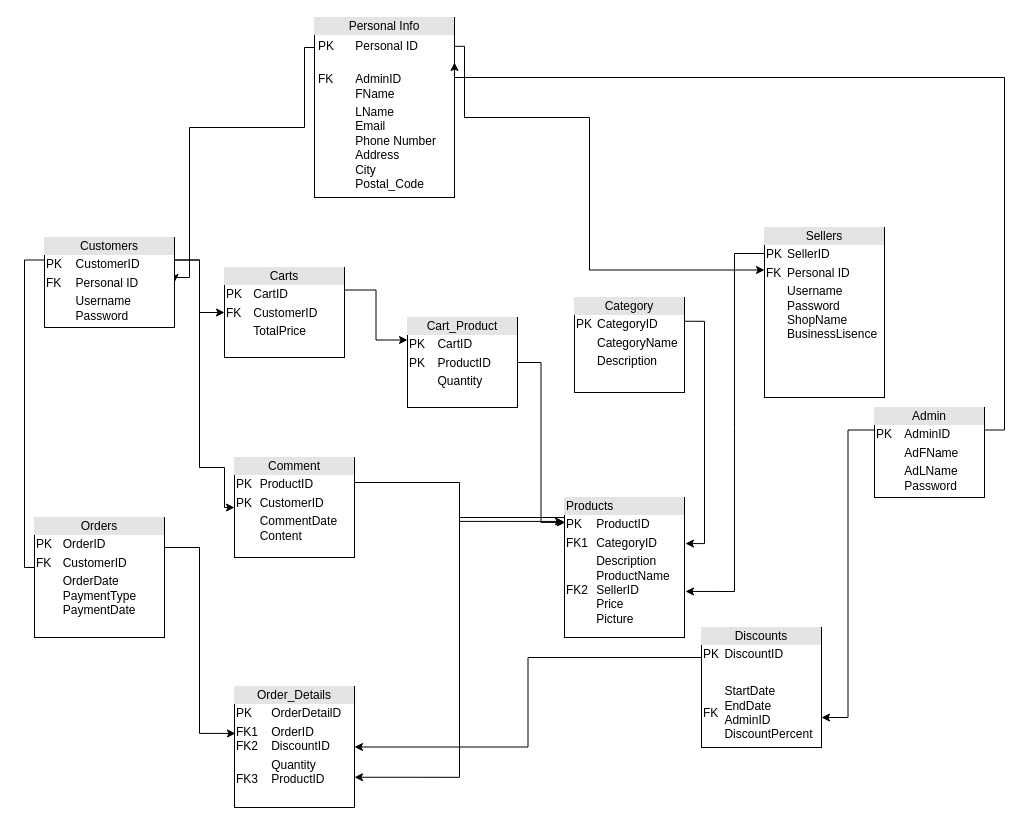
The draw.io diagram design/Relational Model.drawio in PhucAnh0502/Database, before the edit. Source tidied: cells renumbered, new cells numbered last; positions are measured from the earlier drawing's top-left corner, leaving out a move shared by most shapes. Both pictures are drawn from the tidied source at 100%, with x=0, y=0 at pixel (24, 17).
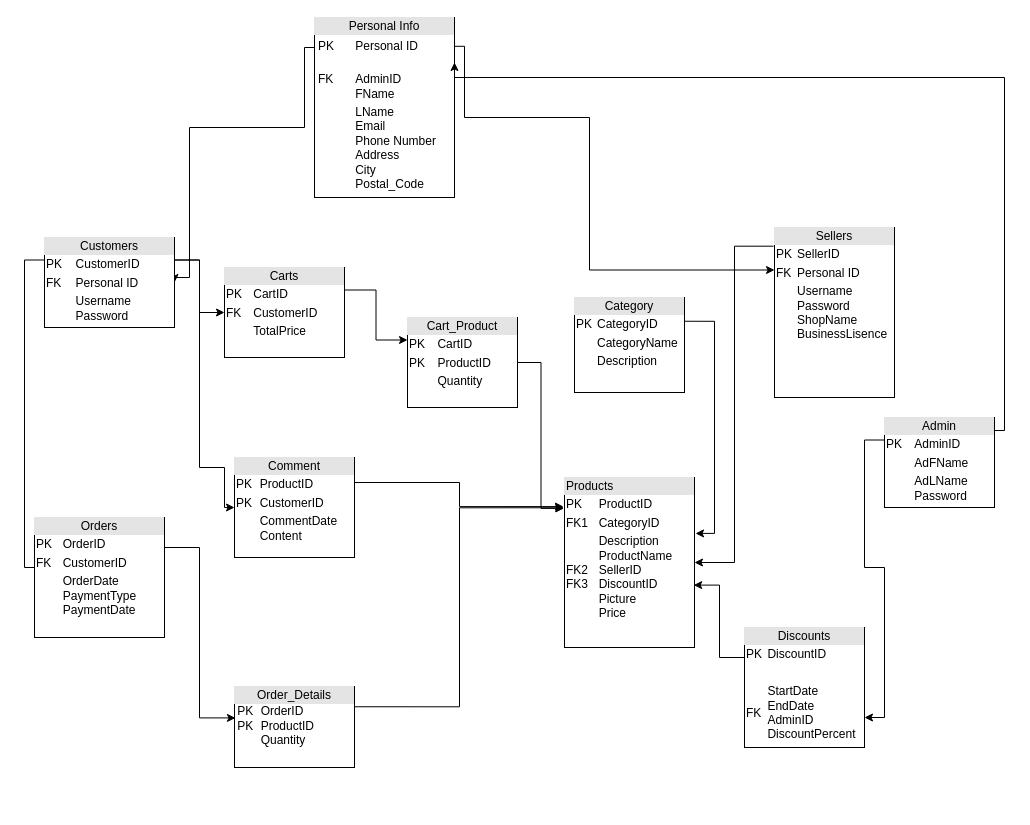
Above is the later version.

The change refers to these unchanged cells:
```xml
<mxCell id="19" value="&lt;div style=&quot;text-align: center; box-sizing: border-box; width: 100%; background: rgb(228, 228, 228); padding: 2px;&quot;&gt;Cart_Product&lt;/div&gt;&lt;table style=&quot;width:100%;font-size:1em;&quot; cellpadding=&quot;2&quot; cellspacing=&quot;0&quot;&gt;&lt;tbody&gt;&lt;tr&gt;&lt;td&gt;PK&lt;/td&gt;&lt;td&gt;CartID&lt;/td&gt;&lt;/tr&gt;&lt;tr&gt;&lt;td&gt;PK&lt;/td&gt;&lt;td&gt;ProductID&lt;/td&gt;&lt;/tr&gt;&lt;tr&gt;&lt;td&gt;&lt;br&gt;&lt;/td&gt;&lt;td&gt;Quantity&lt;/td&gt;&lt;/tr&gt;&lt;/tbody&gt;&lt;/table&gt;" style="verticalAlign=top;align=left;overflow=fill;html=1;whiteSpace=wrap;" parent="1" vertex="1">
  <mxGeometry x="383" y="300" width="110" height="90" as="geometry" />
</mxCell>
```

What changed in the source:
```diff
@@
     <mxCell id="9" value="&lt;div style=&quot;text-align: center; box-sizing: border-box; width: 100%; background: rgb(228, 228, 228); padding: 2px;&quot;&gt;Sellers&lt;/div&gt;&lt;table style=&quot;text-align: justify; width: 100%; font-size: 1em;&quot; cellpadding=&quot;2&quot; cellspacing=&quot;0&quot;&gt;&lt;tbody&gt;&lt;tr&gt;&lt;td&gt;PK&lt;/td&gt;&lt;td&gt;SellerID&lt;/td&gt;&lt;/tr&gt;&lt;tr&gt;&lt;td&gt;FK&lt;/td&gt;&lt;td&gt;Personal ID&lt;/td&gt;&lt;/tr&gt;&lt;tr&gt;&lt;td&gt;&lt;/td&gt;&lt;td&gt;Username&lt;br&gt;Password&lt;br&gt;ShopName&lt;br&gt;BusinessLisence&lt;br&gt;&lt;/td&gt;&lt;/tr&gt;&lt;/tbody&gt;&lt;/table&gt;" style="verticalAlign=top;align=left;overflow=fill;html=1;whiteSpace=wrap;" parent="1" vertex="1">
-      <mxGeometry x="740" y="210" width="120" height="170" as="geometry" />
+      <mxGeometry x="750" y="210" width="120" height="170" as="geometry" />
     </mxCell>
@@
     <mxCell id="12" value="&lt;div style=&quot;text-align: center; box-sizing: border-box; width: 100%; background: rgb(228, 228, 228); padding: 2px;&quot;&gt;Admin&lt;/div&gt;&lt;table style=&quot;text-align: center; width: 100%; font-size: 1em;&quot; cellpadding=&quot;2&quot; cellspacing=&quot;0&quot;&gt;&lt;tbody&gt;&lt;tr&gt;&lt;td style=&quot;text-align: justify;&quot;&gt;PK&lt;/td&gt;&lt;td style=&quot;text-align: justify;&quot;&gt;AdminID&lt;/td&gt;&lt;/tr&gt;&lt;tr&gt;&lt;td style=&quot;text-align: justify;&quot;&gt;&lt;/td&gt;&lt;td style=&quot;text-align: justify;&quot;&gt;AdFName&lt;/td&gt;&lt;/tr&gt;&lt;tr&gt;&lt;td style=&quot;text-align: justify;&quot;&gt;&lt;/td&gt;&lt;td style=&quot;text-align: justify;&quot;&gt;AdLName&lt;br&gt;Password&lt;/td&gt;&lt;/tr&gt;&lt;/tbody&gt;&lt;/table&gt;" style="verticalAlign=top;align=left;overflow=fill;html=1;whiteSpace=wrap;" parent="1" vertex="1">
-      <mxGeometry x="850" y="390" width="110" height="90" as="geometry" />
+      <mxGeometry x="860" y="400" width="110" height="90" as="geometry" />
     </mxCell>
@@
-    <mxCell id="14" value="&lt;div style=&quot;text-align: center; box-sizing: border-box; width: 100%; background: rgb(228, 228, 228); padding: 2px;&quot;&gt;Order_Details&lt;/div&gt;&lt;table style=&quot;width:100%;font-size:1em;&quot; cellpadding=&quot;2&quot; cellspacing=&quot;0&quot;&gt;&lt;tbody&gt;&lt;tr&gt;&lt;td&gt;PK&lt;/td&gt;&lt;td&gt;OrderDetailD&lt;/td&gt;&lt;/tr&gt;&lt;tr&gt;&lt;td&gt;FK1&lt;br&gt;FK2&lt;span style=&quot;white-space: pre;&quot;&gt;&#9;&lt;/span&gt;&lt;/td&gt;&lt;td&gt;OrderID&lt;br&gt;DiscountID&lt;/td&gt;&lt;/tr&gt;&lt;tr&gt;&lt;td&gt;FK3&lt;/td&gt;&lt;td&gt;Quantity&lt;br&gt;ProductID&lt;br&gt;&lt;br&gt;&lt;/td&gt;&lt;/tr&gt;&lt;/tbody&gt;&lt;/table&gt;" style="verticalAlign=top;align=left;overflow=fill;html=1;whiteSpace=wrap;" parent="1" vertex="1">
-      <mxGeometry x="210" y="669" width="120" height="121" as="geometry" />
+    <mxCell id="14" value="&lt;div style=&quot;text-align: center; box-sizing: border-box; width: 100%; background: rgb(228, 228, 228); padding: 2px;&quot;&gt;Order_Details&lt;/div&gt;&amp;nbsp;PK&lt;span style=&quot;white-space: pre;&quot;&gt;&#9;&lt;/span&gt;OrderID&lt;div&gt;&amp;nbsp;PK&lt;span style=&quot;white-space: pre;&quot;&gt;&#9;&lt;/span&gt;ProductID&lt;/div&gt;&lt;div&gt;&amp;nbsp;&lt;span style=&quot;white-space: pre;&quot;&gt;&#9;&lt;/span&gt;Quantity&lt;br&gt;&lt;table style=&quot;width:100%;font-size:1em;&quot; cellpadding=&quot;2&quot; cellspacing=&quot;0&quot;&gt;&lt;tbody&gt;&lt;tr&gt;&lt;td&gt;&lt;/td&gt;&lt;td&gt;&lt;br&gt;&lt;br&gt;&lt;/td&gt;&lt;/tr&gt;&lt;/tbody&gt;&lt;/table&gt;&lt;/div&gt;" style="verticalAlign=top;align=left;overflow=fill;html=1;whiteSpace=wrap;" parent="1" vertex="1">
+      <mxGeometry x="210" y="669" width="120" height="81" as="geometry" />
     </mxCell>
-    <mxCell id="15" style="edgeStyle=orthogonalEdgeStyle;rounded=0;jettySize=auto;html=1;exitX=0;exitY=0.25;exitDx=0;exitDy=0;entryX=1;entryY=0.75;entryDx=0;entryDy=0;" parent="1" edge="1" source="16" target="14">
-      <mxGeometry relative="1" as="geometry">
-        <Array as="points">
-          <mxPoint x="540" y="500" />
-          <mxPoint x="435" y="500" />
-          <mxPoint x="435" y="760" />
-        </Array>
-      </mxGeometry>
-    </mxCell>
-    <mxCell id="16" value="&lt;div style=&quot;box-sizing: border-box; width: 100%; background: rgb(228, 228, 228); padding: 2px;&quot;&gt;Products&lt;/div&gt;&lt;table style=&quot;width: 100%; font-size: 1em;&quot; cellpadding=&quot;2&quot; cellspacing=&quot;0&quot;&gt;&lt;tbody&gt;&lt;tr&gt;&lt;td&gt;PK&lt;/td&gt;&lt;td&gt;ProductID&lt;/td&gt;&lt;/tr&gt;&lt;tr&gt;&lt;td&gt;FK1&lt;/td&gt;&lt;td&gt;CategoryID&lt;br&gt;&lt;/td&gt;&lt;/tr&gt;&lt;tr&gt;&lt;td&gt;FK2&lt;br&gt;&lt;/td&gt;&lt;td&gt;Description&lt;br&gt;ProductName&lt;br&gt;SellerID&lt;br&gt;Price&lt;br&gt;Picture&lt;br&gt;&lt;/td&gt;&lt;/tr&gt;&lt;/tbody&gt;&lt;/table&gt;" style="verticalAlign=top;align=left;overflow=fill;html=1;whiteSpace=wrap;" parent="1" vertex="1">
-      <mxGeometry x="540" y="480" width="120" height="140" as="geometry" />
+    <mxCell id="16" value="&lt;div style=&quot;box-sizing: border-box; width: 100%; background: rgb(228, 228, 228); padding: 2px;&quot;&gt;Products&lt;/div&gt;&lt;table style=&quot;width: 100%; font-size: 1em;&quot; cellpadding=&quot;2&quot; cellspacing=&quot;0&quot;&gt;&lt;tbody&gt;&lt;tr&gt;&lt;td&gt;PK&lt;/td&gt;&lt;td&gt;ProductID&lt;/td&gt;&lt;/tr&gt;&lt;tr&gt;&lt;td&gt;FK1&lt;/td&gt;&lt;td&gt;CategoryID&lt;br&gt;&lt;/td&gt;&lt;/tr&gt;&lt;tr&gt;&lt;td&gt;FK2&lt;br&gt;FK3&lt;/td&gt;&lt;td&gt;Description&lt;br&gt;ProductName&lt;br&gt;SellerID&lt;br&gt;DiscountID&lt;br&gt;Picture&lt;br&gt;Price&lt;/td&gt;&lt;/tr&gt;&lt;/tbody&gt;&lt;/table&gt;" style="verticalAlign=top;align=left;overflow=fill;html=1;whiteSpace=wrap;" parent="1" vertex="1">
+      <mxGeometry x="540" y="460" width="130" height="170" as="geometry" />
     </mxCell>
@@
-    <mxCell id="21" style="edgeStyle=orthogonalEdgeStyle;rounded=0;jettySize=auto;html=1;exitX=0;exitY=0.25;exitDx=0;exitDy=0;entryX=1;entryY=0.5;entryDx=0;entryDy=0;" parent="1" edge="1" source="22" target="14">
-      <mxGeometry relative="1" as="geometry" />
-    </mxCell>
     <mxCell id="22" value="&lt;div style=&quot;text-align: center; box-sizing: border-box; width: 100%; background: rgb(228, 228, 228); padding: 2px;&quot;&gt;Discounts&lt;/div&gt;&lt;table style=&quot;width: 100%; font-size: 1em;&quot; cellpadding=&quot;2&quot; cellspacing=&quot;0&quot;&gt;&lt;tbody&gt;&lt;tr&gt;&lt;td&gt;PK&lt;/td&gt;&lt;td&gt;DiscountID&lt;/td&gt;&lt;/tr&gt;&lt;tr&gt;&lt;td&gt;&lt;/td&gt;&lt;td&gt;&lt;br&gt;&lt;/td&gt;&lt;/tr&gt;&lt;tr&gt;&lt;td&gt;FK&lt;/td&gt;&lt;td&gt;StartDate&lt;br&gt;EndDate&lt;br&gt;AdminID&lt;br&gt;DiscountPercent&lt;/td&gt;&lt;/tr&gt;&lt;/tbody&gt;&lt;/table&gt;" style="verticalAlign=top;align=left;overflow=fill;html=1;whiteSpace=wrap;" parent="1" vertex="1">
-      <mxGeometry x="677" y="610" width="120" height="120" as="geometry" />
+      <mxGeometry x="720" y="610" width="120" height="120" as="geometry" />
     </mxCell>
@@
-    <mxCell id="25" style="edgeStyle=orthogonalEdgeStyle;rounded=0;jettySize=auto;html=1;exitX=1;exitY=0.5;exitDx=0;exitDy=0;entryX=0.007;entryY=0.178;entryDx=0;entryDy=0;entryPerimeter=0;" parent="1" edge="1" source="19" target="16">
-      <mxGeometry relative="1" as="geometry" />
-    </mxCell>
@@
+    <mxCell id="25" style="edgeStyle=orthogonalEdgeStyle;rounded=0;jettySize=auto;html=1;exitX=1;exitY=0.5;exitDx=0;exitDy=0;entryX=-0.005;entryY=0.182;entryDx=0;entryDy=0;entryPerimeter=0;" parent="1" edge="1" source="19" target="16">
+      <mxGeometry relative="1" as="geometry" />
+    </mxCell>
+    <mxCell id="29" style="edgeStyle=orthogonalEdgeStyle;rounded=0;jettySize=auto;html=1;exitX=1;exitY=0.25;exitDx=0;exitDy=0;entryX=-0.005;entryY=0.178;entryDx=0;entryDy=0;entryPerimeter=0;" parent="1" edge="1" source="14" target="16">
+      <mxGeometry relative="1" as="geometry" />
+    </mxCell>
-    <mxCell id="28" style="endArrow=classic;html=1;rounded=0;exitX=0;exitY=0.153;exitDx=0;exitDy=0;exitPerimeter=0;entryX=1.008;entryY=0.671;entryDx=0;entryDy=0;entryPerimeter=0;" parent="1" edge="1" source="9" target="16">
-      <mxGeometry relative="1" as="geometry">
-        <Array as="points">
-          <mxPoint x="710" y="236" />
-          <mxPoint x="710" y="410" />
-          <mxPoint x="710" y="574" />
-        </Array>
-      </mxGeometry>
+    <mxCell id="28" style="edgeStyle=orthogonalEdgeStyle;rounded=0;jettySize=auto;html=1;exitX=-0.008;exitY=0.11;exitDx=0;exitDy=0;entryX=1;entryY=0.5;entryDx=0;entryDy=0;exitPerimeter=0;" parent="1" edge="1" source="9" target="16">
+      <mxGeometry relative="1" as="geometry" />
     </mxCell>
+    <mxCell id="30" style="edgeStyle=orthogonalEdgeStyle;rounded=0;jettySize=auto;html=1;exitX=0;exitY=0.25;exitDx=0;exitDy=0;entryX=0.994;entryY=0.633;entryDx=0;entryDy=0;entryPerimeter=0;" parent="1" edge="1" source="22" target="16">
+      <mxGeometry relative="1" as="geometry" />
+    </mxCell>
```
